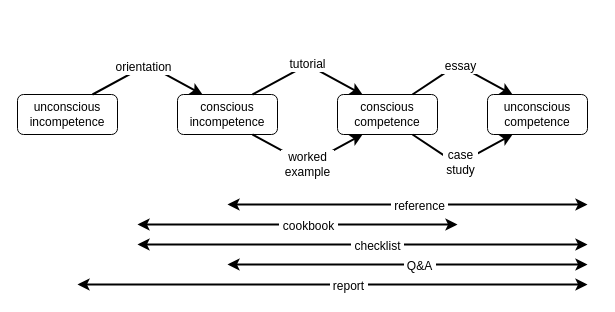
The draw.io diagram files/2019/04/materials.drawio in gvwilson/thirdbit, before the edit. Source tidied: cells renumbered, new cells numbered last; positions are measured from the earlier drawing's top-left corner, leaving out a move shared by most shapes. Both pictures are drawn from the tidied source at 100%, with x=0, y=0 at pixel (17, 64).
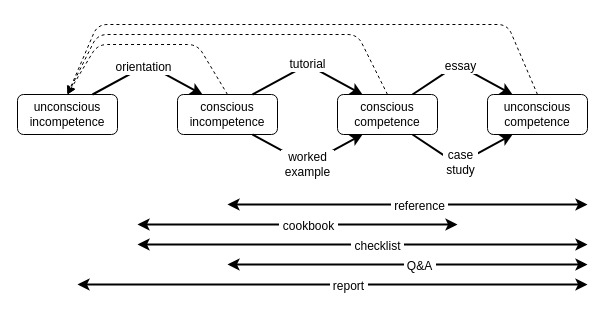
After the change.

Unchanged cells that the change refers to:
```xml
<mxCell id="2" value="unconscious incompetence" style="rounded=1;whiteSpace=wrap;html=1;" parent="1" vertex="1">
  <mxGeometry y="30" width="100" height="40" as="geometry" />
</mxCell>
<mxCell id="3" value="conscious incompetence" style="rounded=1;whiteSpace=wrap;html=1;" parent="1" vertex="1">
  <mxGeometry x="160" y="30" width="100" height="40" as="geometry" />
</mxCell>
<mxCell id="4" value="conscious competence" style="rounded=1;whiteSpace=wrap;html=1;" parent="1" vertex="1">
  <mxGeometry x="320" y="30" width="100" height="40" as="geometry" />
</mxCell>
<mxCell id="5" value="unconscious competence" style="rounded=1;whiteSpace=wrap;html=1;" parent="1" vertex="1">
  <mxGeometry x="470" y="30" width="100" height="40" as="geometry" />
</mxCell>
```

The edit, as a diff of the source:
```diff
@@
+    <mxCell id="22" style="endArrow=classic;html=1;entryX=0.5;entryY=0;entryDx=0;entryDy=0;exitX=0.5;exitY=0;exitDx=0;exitDy=0;dashed=1;" parent="1" edge="1" source="3" target="2">
+      <mxGeometry relative="1" as="geometry">
+        <Array as="points">
+          <mxPoint x="180" y="-20" />
+          <mxPoint x="80" y="-20" />
+        </Array>
+      </mxGeometry>
+    </mxCell>
+    <mxCell id="23" style="endArrow=classic;html=1;entryX=0.5;entryY=0;entryDx=0;entryDy=0;exitX=0.5;exitY=0;exitDx=0;exitDy=0;dashed=1;" parent="1" edge="1" source="4" target="2">
+      <mxGeometry relative="1" as="geometry">
+        <Array as="points">
+          <mxPoint x="340" y="-30" />
+          <mxPoint x="210" y="-30" />
+          <mxPoint x="80" y="-30" />
+        </Array>
+      </mxGeometry>
+    </mxCell>
+    <mxCell id="24" style="endArrow=classic;html=1;entryX=0.5;entryY=0;entryDx=0;entryDy=0;exitX=0.5;exitY=0;exitDx=0;exitDy=0;dashed=1;" parent="1" edge="1" source="5" target="2">
+      <mxGeometry relative="1" as="geometry">
+        <Array as="points">
+          <mxPoint x="490" y="-40" />
+          <mxPoint x="250" y="-40" />
+          <mxPoint x="80" y="-40" />
+        </Array>
+      </mxGeometry>
+    </mxCell>
```
